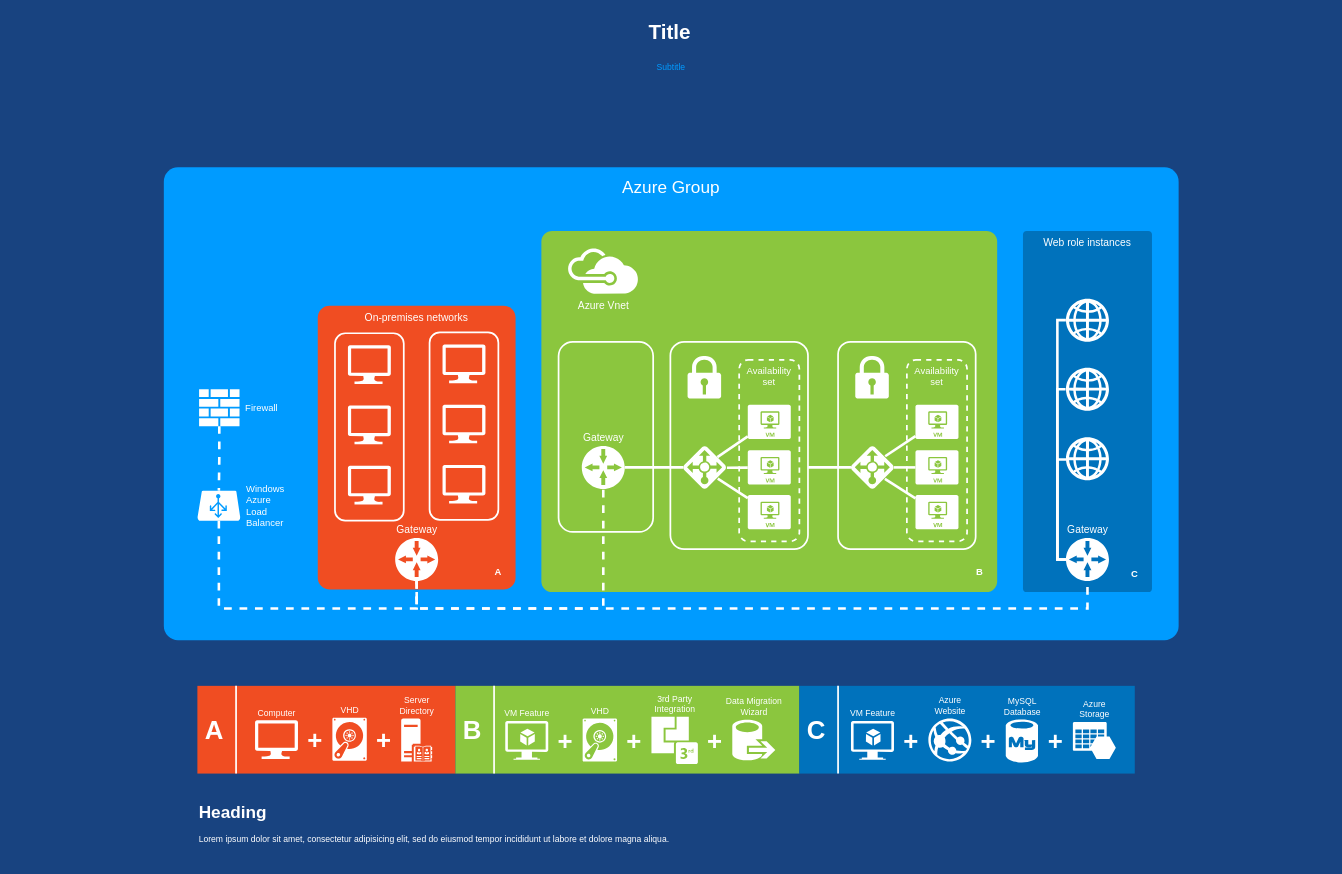
This is Untitled Diagram.drawio from BruceZhang54110/shop, a draw.io file, before an edit. Source tidied: cells renumbered, new cells numbered last; positions are measured from the earlier drawing's top-left corner, leaving out a move shared by most shapes. Both pictures are drawn from the tidied source at 86%, with x=0, y=0 at pixel (15, 15). Pictures stored in the file or linked from it are replaced by grey dashed boxes.
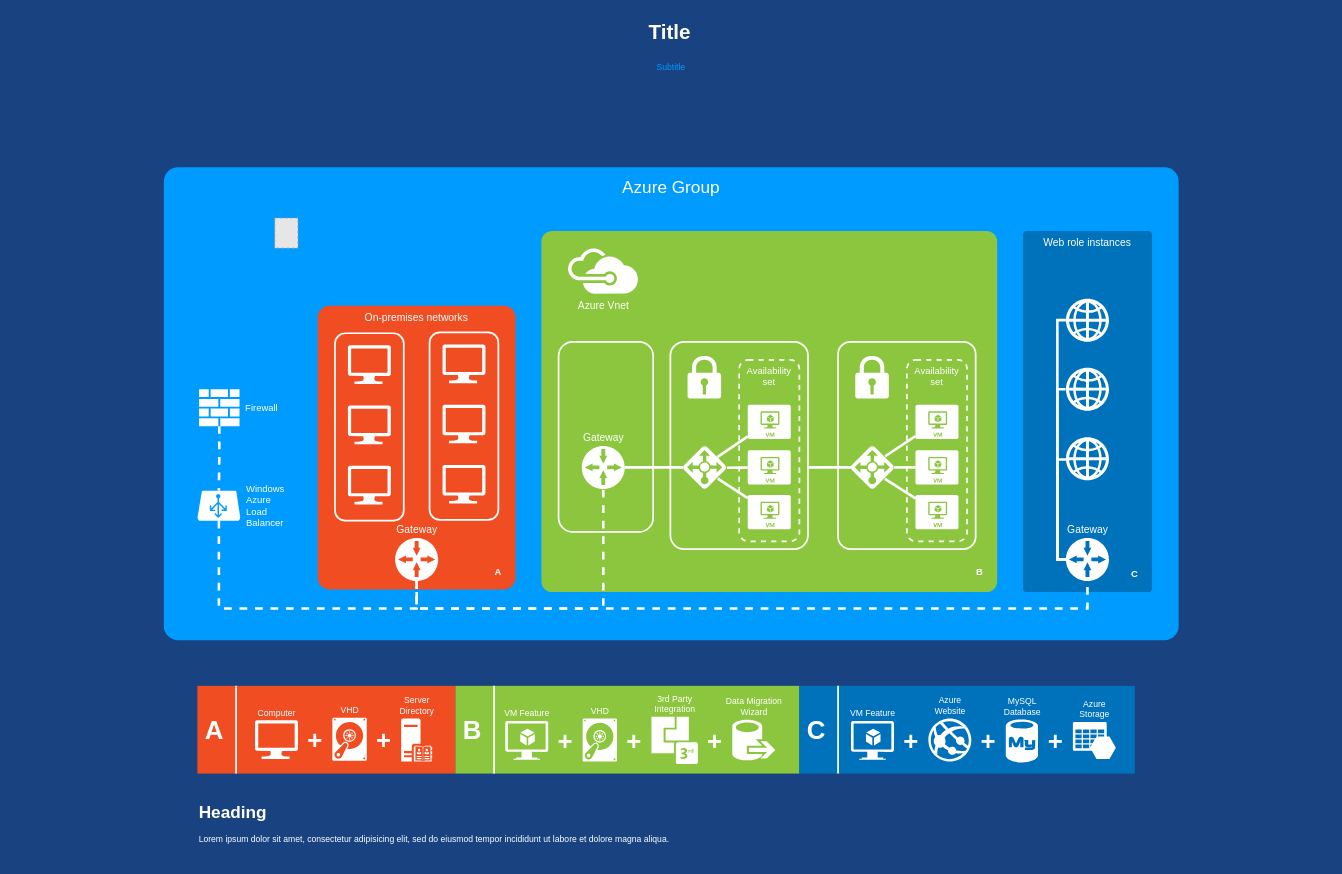
After the change.

The edit, as a diff of the source:
```diff
@@
+    <mxCell id="87" style="fillColor=#E6E6E6;strokeColor=#999999;dashed=1;verticalLabelPosition=bottom;labelBackgroundColor=#ffffff;verticalAlign=top;" parent="1" vertex="1">
+      <mxGeometry x="302" y="236" width="27" height="35" as="geometry" />
+    </mxCell>
```
